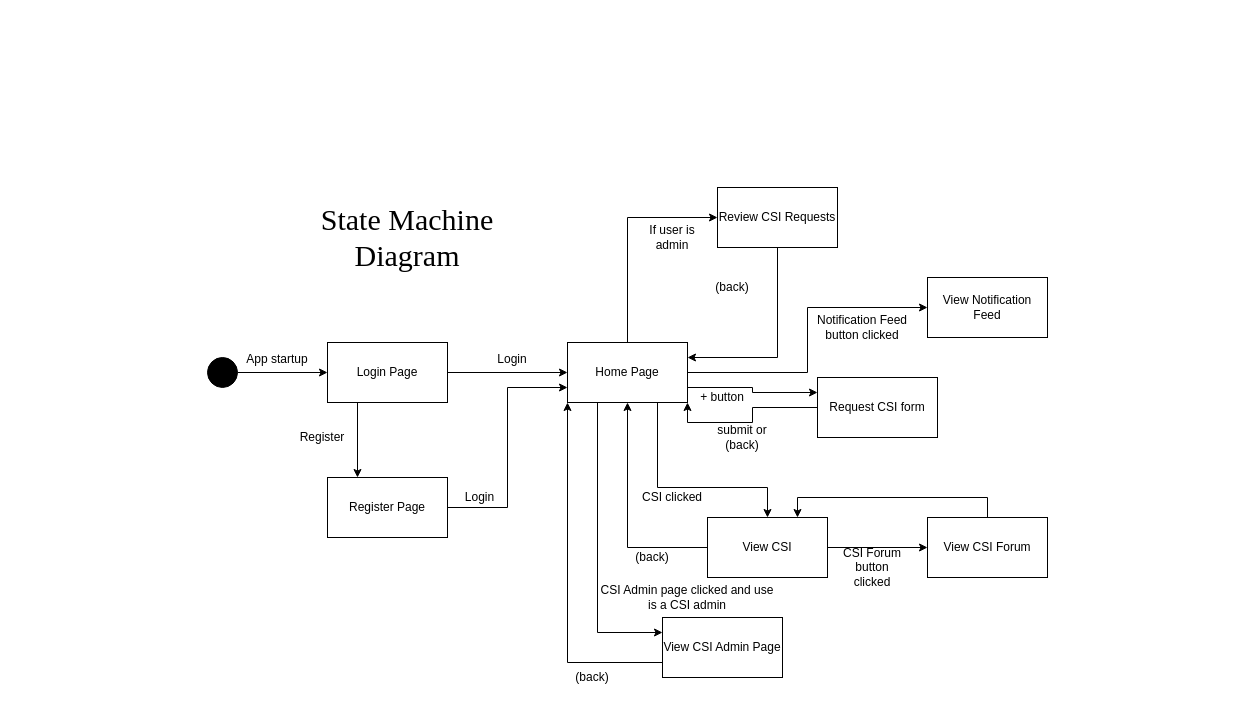
Makizoro/Overclock keeps this draw.io diagram as Diagrams/State_diagram.drawio. Above is the earlier version. Source tidied: cells renumbered, new cells numbered last; positions are measured from the earlier drawing's top-left corner, leaving out a move shared by most shapes. Both pictures are drawn from the tidied source at 100%, with x=0, y=0 at pixel (207, 187).
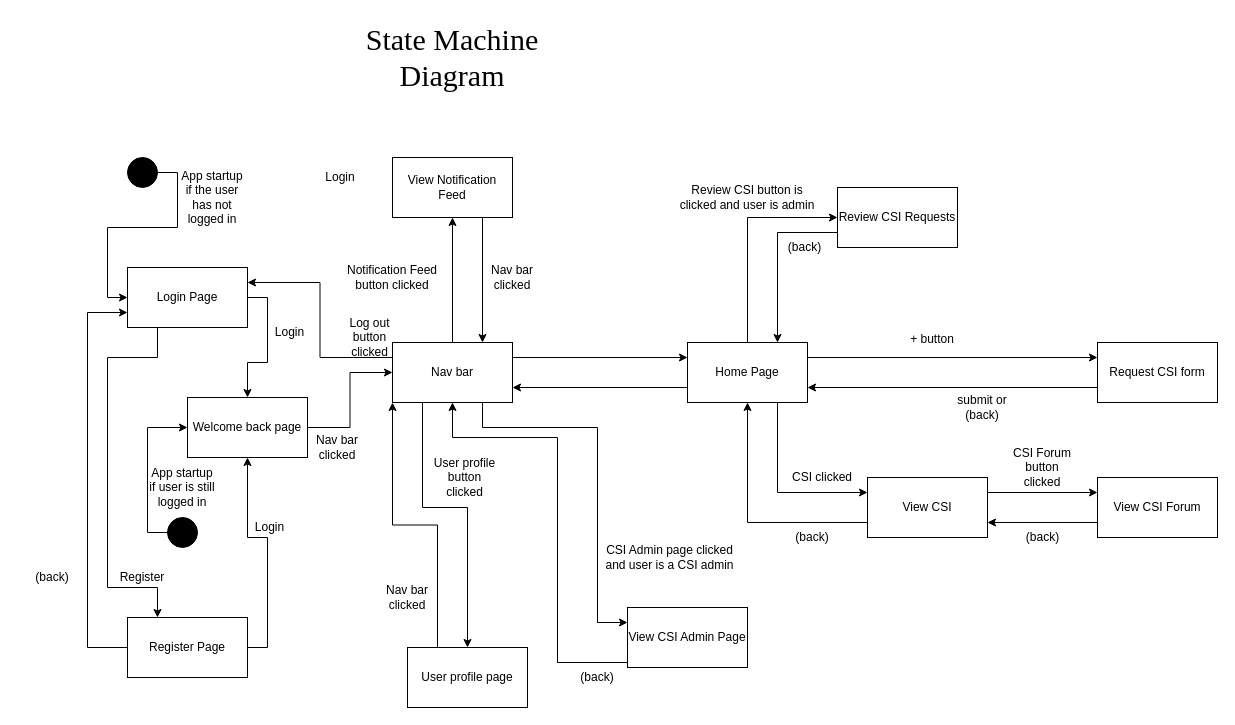
The same diagram, later.

Diff of the diagram source:
```diff
@@
     <mxCell id="3" style="ellipse;whiteSpace=wrap;html=1;fillColor=#000000;" parent="1" vertex="1">
-      <mxGeometry y="170" width="30" height="30" as="geometry" />
+      <mxGeometry x="-80" y="-30" width="30" height="30" as="geometry" />
     </mxCell>
-    <mxCell id="4" style="edgeStyle=orthogonalEdgeStyle;rounded=0;jettySize=auto;html=1;exitX=1;exitY=0.5;exitDx=0;exitDy=0;entryX=0;entryY=0.5;entryDx=0;entryDy=0;" parent="1" edge="1" source="6" target="13">
+    <mxCell id="4" style="edgeStyle=orthogonalEdgeStyle;rounded=0;jettySize=auto;html=1;exitX=1;exitY=0.5;exitDx=0;exitDy=0;" parent="1" edge="1" source="6" target="57">
       <mxGeometry relative="1" as="geometry" />
     </mxCell>
     <mxCell id="5" style="edgeStyle=orthogonalEdgeStyle;rounded=0;jumpSize=6;jettySize=auto;html=1;exitX=0.25;exitY=1;exitDx=0;exitDy=0;entryX=0.25;entryY=0;entryDx=0;entryDy=0;endArrow=classic;endFill=1;endSize=6;" parent="1" edge="1" source="6" target="30">
-      <mxGeometry relative="1" as="geometry" />
+      <mxGeometry relative="1" as="geometry">
+        <Array as="points">
+          <mxPoint x="-50" y="170" />
+          <mxPoint x="-100" y="170" />
+          <mxPoint x="-100" y="400" />
+          <mxPoint x="-50" y="400" />
+        </Array>
+      </mxGeometry>
     </mxCell>
     <mxCell id="6" value="Login Page" style="rounded=0;whiteSpace=wrap;html=1;fillColor=#FFFFFF;" parent="1" vertex="1">
-      <mxGeometry x="120" y="155" width="120" height="60" as="geometry" />
+      <mxGeometry x="-80" y="80" width="120" height="60" as="geometry" />
     </mxCell>
-    <mxCell id="7" value="App startup" style="text;html=1;strokeColor=none;fillColor=none;align=center;verticalAlign=middle;whiteSpace=wrap;rounded=0;" parent="1" vertex="1">
-      <mxGeometry x="35" y="162" width="70" height="20" as="geometry" />
+    <mxCell id="7" value="App startup if the user has not logged in" style="text;html=1;strokeColor=none;fillColor=none;align=center;verticalAlign=middle;whiteSpace=wrap;rounded=0;" parent="1" vertex="1">
+      <mxGeometry x="-30" width="70" height="20" as="geometry" />
     </mxCell>
@@
-    <mxCell id="9" style="edgeStyle=orthogonalEdgeStyle;rounded=0;jettySize=auto;html=1;exitX=0.75;exitY=1;exitDx=0;exitDy=0;entryX=0.5;entryY=0;entryDx=0;entryDy=0;endArrow=classic;endFill=1;" parent="1" edge="1" source="13" target="25">
+    <mxCell id="9" style="edgeStyle=orthogonalEdgeStyle;rounded=0;jettySize=auto;html=1;entryX=0;entryY=0.25;entryDx=0;entryDy=0;endArrow=classic;endFill=1;" parent="1" edge="1" target="25">
       <mxGeometry relative="1" as="geometry">
+        <mxPoint x="570" y="215" as="sourcePoint" />
         <Array as="points">
-          <mxPoint x="450" y="300" />
-          <mxPoint x="560" y="300" />
+          <mxPoint x="570" y="305" />
         </Array>
       </mxGeometry>
     </mxCell>
-    <mxCell id="10" style="edgeStyle=orthogonalEdgeStyle;rounded=0;jettySize=auto;html=1;exitX=1;exitY=0.75;exitDx=0;exitDy=0;entryX=0;entryY=0.25;entryDx=0;entryDy=0;endArrow=classic;endFill=1;" parent="1" edge="1" source="13" target="20">
-      <mxGeometry relative="1" as="geometry" />
-    </mxCell>
-    <mxCell id="11" style="edgeStyle=orthogonalEdgeStyle;rounded=0;jumpSize=6;jettySize=auto;html=1;exitX=0.25;exitY=1;exitDx=0;exitDy=0;entryX=0;entryY=0.25;entryDx=0;entryDy=0;endArrow=classic;endFill=1;endSize=6;" parent="1" edge="1" source="13" target="34">
-      <mxGeometry relative="1" as="geometry" />
+    <mxCell id="11" style="edgeStyle=orthogonalEdgeStyle;rounded=0;jumpSize=6;jettySize=auto;html=1;exitX=0.75;exitY=1;exitDx=0;exitDy=0;entryX=0;entryY=0.25;entryDx=0;entryDy=0;endArrow=classic;endFill=1;endSize=6;" parent="1" edge="1" source="48" target="34">
+      <mxGeometry relative="1" as="geometry">
+        <Array as="points">
+          <mxPoint x="275" y="240" />
+          <mxPoint x="390" y="240" />
+          <mxPoint x="390" y="435" />
+        </Array>
+      </mxGeometry>
     </mxCell>
-    <mxCell id="12" style="edgeStyle=orthogonalEdgeStyle;rounded=0;jettySize=auto;html=1;exitX=1;exitY=0.5;exitDx=0;exitDy=0;entryX=0;entryY=0.5;entryDx=0;entryDy=0;" parent="1" edge="1" source="13" target="40">
+    <mxCell id="12" style="edgeStyle=orthogonalEdgeStyle;rounded=0;jettySize=auto;html=1;exitX=0.5;exitY=0;exitDx=0;exitDy=0;entryX=0.5;entryY=1;entryDx=0;entryDy=0;" parent="1" edge="1" source="48" target="40">
       <mxGeometry relative="1" as="geometry" />
     </mxCell>
+    <mxCell id="42" style="edgeStyle=orthogonalEdgeStyle;rounded=0;jettySize=auto;html=1;exitX=0;exitY=0.75;exitDx=0;exitDy=0;entryX=1;entryY=0.75;entryDx=0;entryDy=0;" parent="1" edge="1" source="13" target="48">
+      <mxGeometry relative="1" as="geometry" />
+    </mxCell>
+    <mxCell id="10" style="edgeStyle=orthogonalEdgeStyle;rounded=0;jettySize=auto;html=1;exitX=1;exitY=0.25;exitDx=0;exitDy=0;entryX=0;entryY=0.25;entryDx=0;entryDy=0;" parent="1" edge="1" source="13" target="20">
+      <mxGeometry relative="1" as="geometry" />
+    </mxCell>
     <mxCell id="13" value="Home Page" style="rounded=0;whiteSpace=wrap;html=1;fillColor=#FFFFFF;" parent="1" vertex="1">
-      <mxGeometry x="360" y="155" width="120" height="60" as="geometry" />
+      <mxGeometry x="480" y="155" width="120" height="60" as="geometry" />
     </mxCell>
     <mxCell id="14" value="Login" style="text;html=1;strokeColor=none;fillColor=none;align=center;verticalAlign=middle;whiteSpace=wrap;rounded=0;" parent="1" vertex="1">
-      <mxGeometry x="270" y="162" width="70" height="20" as="geometry" />
+      <mxGeometry x="97.5" y="-20" width="70" height="20" as="geometry" />
     </mxCell>
-    <mxCell id="15" style="edgeStyle=orthogonalEdgeStyle;rounded=0;jettySize=auto;html=1;exitX=0.5;exitY=1;exitDx=0;exitDy=0;entryX=1;entryY=0.25;entryDx=0;entryDy=0;endArrow=classic;endFill=1;" parent="1" edge="1" source="16" target="13">
+    <mxCell id="15" style="edgeStyle=orthogonalEdgeStyle;rounded=0;jettySize=auto;html=1;exitX=0;exitY=0.75;exitDx=0;exitDy=0;entryX=0.75;entryY=0;entryDx=0;entryDy=0;" parent="1" edge="1" source="16" target="13">
       <mxGeometry relative="1" as="geometry" />
     </mxCell>
     <mxCell id="16" value="Review CSI Requests" style="rounded=0;whiteSpace=wrap;html=1;fillColor=#FFFFFF;" parent="1" vertex="1">
-      <mxGeometry x="510" width="120" height="60" as="geometry" />
+      <mxGeometry x="630" width="120" height="60" as="geometry" />
     </mxCell>
-    <mxCell id="17" value="If user is admin" style="text;html=1;strokeColor=none;fillColor=none;align=center;verticalAlign=middle;whiteSpace=wrap;rounded=0;" parent="1" vertex="1">
-      <mxGeometry x="430" y="40" width="70" height="20" as="geometry" />
+    <mxCell id="17" value="Review CSI button is clicked and user is admin" style="text;html=1;strokeColor=none;fillColor=none;align=center;verticalAlign=middle;whiteSpace=wrap;rounded=0;" parent="1" vertex="1">
+      <mxGeometry x="465" width="150" height="20" as="geometry" />
     </mxCell>
     <mxCell id="18" value="(back)" style="text;html=1;strokeColor=none;fillColor=none;align=center;verticalAlign=middle;whiteSpace=wrap;rounded=0;" parent="1" vertex="1">
-      <mxGeometry x="475" y="90" width="100" height="20" as="geometry" />
+      <mxGeometry x="575" y="50" width="45" height="20" as="geometry" />
     </mxCell>
-    <mxCell id="19" style="edgeStyle=orthogonalEdgeStyle;rounded=0;jettySize=auto;html=1;exitX=0;exitY=0.5;exitDx=0;exitDy=0;entryX=1;entryY=1;entryDx=0;entryDy=0;endArrow=classic;endFill=1;" parent="1" edge="1" source="20" target="13">
+    <mxCell id="19" style="edgeStyle=orthogonalEdgeStyle;rounded=0;jettySize=auto;html=1;entryX=1;entryY=0.75;entryDx=0;entryDy=0;endArrow=classic;endFill=1;exitX=0;exitY=0.75;exitDx=0;exitDy=0;" parent="1" edge="1" source="20" target="13">
       <mxGeometry relative="1" as="geometry" />
     </mxCell>
     <mxCell id="20" value="Request CSI form" style="rounded=0;whiteSpace=wrap;html=1;fillColor=#FFFFFF;" parent="1" vertex="1">
-      <mxGeometry x="610" y="190" width="120" height="60" as="geometry" />
+      <mxGeometry x="890" y="155" width="120" height="60" as="geometry" />
     </mxCell>
     <mxCell id="21" value="+ button" style="text;html=1;strokeColor=none;fillColor=none;align=center;verticalAlign=middle;whiteSpace=wrap;rounded=0;" parent="1" vertex="1">
-      <mxGeometry x="490" y="200" width="50" height="20" as="geometry" />
+      <mxGeometry x="700" y="142" width="50" height="20" as="geometry" />
     </mxCell>
     <mxCell id="22" value="submit or (back)" style="text;html=1;strokeColor=none;fillColor=none;align=center;verticalAlign=middle;whiteSpace=wrap;rounded=0;" parent="1" vertex="1">
-      <mxGeometry x="500" y="240" width="70" height="20" as="geometry" />
+      <mxGeometry x="740" y="210" width="70" height="20" as="geometry" />
     </mxCell>
-    <mxCell id="23" style="edgeStyle=orthogonalEdgeStyle;rounded=0;jettySize=auto;html=1;exitX=0;exitY=0.5;exitDx=0;exitDy=0;entryX=0.5;entryY=1;entryDx=0;entryDy=0;endArrow=classic;endFill=1;" parent="1" edge="1" source="25" target="13">
+    <mxCell id="23" style="edgeStyle=orthogonalEdgeStyle;rounded=0;jettySize=auto;html=1;exitX=0;exitY=0.75;exitDx=0;exitDy=0;entryX=0.5;entryY=1;entryDx=0;entryDy=0;endArrow=classic;endFill=1;" parent="1" edge="1" source="25" target="13">
       <mxGeometry relative="1" as="geometry" />
     </mxCell>
-    <mxCell id="24" style="edgeStyle=orthogonalEdgeStyle;rounded=0;jettySize=auto;html=1;exitX=1;exitY=0.5;exitDx=0;exitDy=0;entryX=0;entryY=0.5;entryDx=0;entryDy=0;" parent="1" edge="1" source="25" target="38">
+    <mxCell id="24" style="edgeStyle=orthogonalEdgeStyle;rounded=0;jettySize=auto;html=1;exitX=1;exitY=0.25;exitDx=0;exitDy=0;entryX=0;entryY=0.25;entryDx=0;entryDy=0;" parent="1" edge="1" source="25" target="38">
       <mxGeometry relative="1" as="geometry" />
     </mxCell>
     <mxCell id="25" value="View CSI" style="rounded=0;whiteSpace=wrap;html=1;fillColor=#FFFFFF;" parent="1" vertex="1">
-      <mxGeometry x="500" y="330" width="120" height="60" as="geometry" />
+      <mxGeometry x="660" y="290" width="120" height="60" as="geometry" />
     </mxCell>
     <mxCell id="26" value="CSI clicked" style="text;html=1;strokeColor=none;fillColor=none;align=center;verticalAlign=middle;whiteSpace=wrap;rounded=0;" parent="1" vertex="1">
-      <mxGeometry x="430" y="300" width="70" height="20" as="geometry" />
+      <mxGeometry x="580" y="280" width="70" height="20" as="geometry" />
     </mxCell>
     <mxCell id="27" value="(back)" style="text;html=1;strokeColor=none;fillColor=none;align=center;verticalAlign=middle;whiteSpace=wrap;rounded=0;" parent="1" vertex="1">
-      <mxGeometry x="410" y="360" width="70" height="20" as="geometry" />
+      <mxGeometry x="570" y="340" width="70" height="20" as="geometry" />
     </mxCell>
     <mxCell id="28" value="State Machine Diagram" style="text;html=1;strokeColor=none;fillColor=none;align=center;verticalAlign=middle;whiteSpace=wrap;rounded=0;fontFamily=Times New Roman;fontSize=30;" parent="1" vertex="1">
-      <mxGeometry x="80" y="10" width="240" height="80" as="geometry" />
+      <mxGeometry x="125" y="-170" width="240" height="80" as="geometry" />
     </mxCell>
-    <mxCell id="29" style="edgeStyle=orthogonalEdgeStyle;rounded=0;jumpSize=6;jettySize=auto;html=1;exitX=1;exitY=0.5;exitDx=0;exitDy=0;entryX=0;entryY=0.75;entryDx=0;entryDy=0;endArrow=classic;endFill=1;endSize=6;" parent="1" edge="1" source="30" target="13">
+    <mxCell id="29" style="edgeStyle=orthogonalEdgeStyle;rounded=0;jumpSize=6;jettySize=auto;html=1;exitX=1;exitY=0.5;exitDx=0;exitDy=0;entryX=0.5;entryY=1;entryDx=0;entryDy=0;endArrow=classic;endFill=1;endSize=6;" parent="1" edge="1" source="30" target="57">
       <mxGeometry relative="1" as="geometry" />
     </mxCell>
+    <mxCell id="43" style="edgeStyle=orthogonalEdgeStyle;rounded=0;jettySize=auto;html=1;exitX=0;exitY=0.5;exitDx=0;exitDy=0;entryX=0;entryY=0.75;entryDx=0;entryDy=0;" parent="1" edge="1" source="30" target="6">
+      <mxGeometry relative="1" as="geometry">
+        <Array as="points">
+          <mxPoint x="-120" y="460" />
+          <mxPoint x="-120" y="125" />
+        </Array>
+      </mxGeometry>
+    </mxCell>
     <mxCell id="30" value="Register Page" style="rounded=0;whiteSpace=wrap;html=1;fillColor=#FFFFFF;" parent="1" vertex="1">
-      <mxGeometry x="120" y="290" width="120" height="60" as="geometry" />
+      <mxGeometry x="-80" y="430" width="120" height="60" as="geometry" />
     </mxCell>
     <mxCell id="31" value="Register" style="text;html=1;strokeColor=none;fillColor=none;align=center;verticalAlign=middle;whiteSpace=wrap;rounded=0;" parent="1" vertex="1">
-      <mxGeometry x="80" y="240" width="70" height="20" as="geometry" />
+      <mxGeometry x="-100" y="380" width="70" height="20" as="geometry" />
     </mxCell>
     <mxCell id="32" value="Login" style="text;html=1;strokeColor=none;fillColor=none;align=center;verticalAlign=middle;whiteSpace=wrap;rounded=0;" parent="1" vertex="1">
-      <mxGeometry x="250" y="300" width="45" height="20" as="geometry" />
+      <mxGeometry x="40" y="330" width="45" height="20" as="geometry" />
     </mxCell>
-    <mxCell id="33" style="edgeStyle=orthogonalEdgeStyle;rounded=0;jumpSize=6;jettySize=auto;html=1;exitX=0;exitY=0.75;exitDx=0;exitDy=0;entryX=0;entryY=1;entryDx=0;entryDy=0;endArrow=classic;endFill=1;endSize=6;" parent="1" edge="1" source="34" target="13">
-      <mxGeometry relative="1" as="geometry" />
+    <mxCell id="33" style="edgeStyle=orthogonalEdgeStyle;rounded=0;jumpSize=6;jettySize=auto;html=1;exitX=0;exitY=0.75;exitDx=0;exitDy=0;entryX=0.5;entryY=1;entryDx=0;entryDy=0;endArrow=classic;endFill=1;endSize=6;" parent="1" edge="1" source="34" target="48">
+      <mxGeometry relative="1" as="geometry">
+        <Array as="points">
+          <mxPoint x="350" y="475" />
+          <mxPoint x="350" y="250" />
+          <mxPoint x="245" y="250" />
+        </Array>
+      </mxGeometry>
     </mxCell>
     <mxCell id="34" value="View CSI Admin Page" style="rounded=0;whiteSpace=wrap;html=1;fillColor=#FFFFFF;" parent="1" vertex="1">
-      <mxGeometry x="455" y="430" width="120" height="60" as="geometry" />
+      <mxGeometry x="420" y="420" width="120" height="60" as="geometry" />
     </mxCell>
-    <mxCell id="35" value="CSI Admin page clicked and use is a CSI admin" style="text;html=1;strokeColor=none;fillColor=none;align=center;verticalAlign=middle;whiteSpace=wrap;rounded=0;" parent="1" vertex="1">
-      <mxGeometry x="390" y="400" width="180" height="20" as="geometry" />
+    <mxCell id="35" value="CSI Admin page clicked and user is a CSI admin" style="text;html=1;strokeColor=none;fillColor=none;align=center;verticalAlign=middle;whiteSpace=wrap;rounded=0;" parent="1" vertex="1">
+      <mxGeometry x="395" y="360" width="135" height="20" as="geometry" />
     </mxCell>
     <mxCell id="36" value="(back)" style="text;html=1;strokeColor=none;fillColor=none;align=center;verticalAlign=middle;whiteSpace=wrap;rounded=0;" parent="1" vertex="1">
-      <mxGeometry x="360" y="480" width="50" height="20" as="geometry" />
+      <mxGeometry x="365" y="480" width="50" height="20" as="geometry" />
     </mxCell>
-    <mxCell id="37" style="edgeStyle=orthogonalEdgeStyle;rounded=0;jettySize=auto;html=1;exitX=0.5;exitY=0;exitDx=0;exitDy=0;entryX=0.75;entryY=0;entryDx=0;entryDy=0;" parent="1" edge="1" source="38" target="25">
+    <mxCell id="37" style="edgeStyle=orthogonalEdgeStyle;rounded=0;jettySize=auto;html=1;exitX=0;exitY=0.75;exitDx=0;exitDy=0;entryX=1;entryY=0.75;entryDx=0;entryDy=0;" parent="1" edge="1" source="38" target="25">
       <mxGeometry relative="1" as="geometry" />
     </mxCell>
     <mxCell id="38" value="View CSI Forum" style="rounded=0;whiteSpace=wrap;html=1;" parent="1" vertex="1">
-      <mxGeometry x="720" y="330" width="120" height="60" as="geometry" />
+      <mxGeometry x="890" y="290" width="120" height="60" as="geometry" />
     </mxCell>
     <mxCell id="39" value="CSI Forum button clicked" style="text;html=1;strokeColor=none;fillColor=none;align=center;verticalAlign=middle;whiteSpace=wrap;rounded=0;" parent="1" vertex="1">
-      <mxGeometry x="630" y="370" width="70" height="20" as="geometry" />
+      <mxGeometry x="800" y="270" width="70" height="20" as="geometry" />
     </mxCell>
+    <mxCell id="44" style="edgeStyle=orthogonalEdgeStyle;rounded=0;jettySize=auto;html=1;exitX=0.75;exitY=1;exitDx=0;exitDy=0;entryX=0.75;entryY=0;entryDx=0;entryDy=0;" parent="1" edge="1" source="40" target="48">
+      <mxGeometry relative="1" as="geometry" />
+    </mxCell>
     <mxCell id="40" value="View Notification Feed" style="rounded=0;whiteSpace=wrap;html=1;" parent="1" vertex="1">
-      <mxGeometry x="720" y="90" width="120" height="60" as="geometry" />
+      <mxGeometry x="185" y="-30" width="120" height="60" as="geometry" />
     </mxCell>
     <mxCell id="41" value="Notification Feed button clicked" style="text;html=1;strokeColor=none;fillColor=none;align=center;verticalAlign=middle;whiteSpace=wrap;rounded=0;" parent="1" vertex="1">
-      <mxGeometry x="600" y="130" width="110" height="20" as="geometry" />
+      <mxGeometry x="130" y="80" width="110" height="20" as="geometry" />
     </mxCell>
+    <mxCell id="45" style="edgeStyle=orthogonalEdgeStyle;rounded=0;jettySize=auto;html=1;exitX=1;exitY=0.25;exitDx=0;exitDy=0;entryX=0;entryY=0.25;entryDx=0;entryDy=0;" parent="1" edge="1" source="48" target="13">
+      <mxGeometry relative="1" as="geometry" />
+    </mxCell>
+    <mxCell id="46" style="edgeStyle=orthogonalEdgeStyle;rounded=0;jettySize=auto;html=1;exitX=0.25;exitY=1;exitDx=0;exitDy=0;entryX=0.5;entryY=0;entryDx=0;entryDy=0;" parent="1" edge="1" source="48" target="52">
+      <mxGeometry relative="1" as="geometry">
+        <Array as="points">
+          <mxPoint x="215" y="320" />
+          <mxPoint x="260" y="320" />
+        </Array>
+      </mxGeometry>
+    </mxCell>
+    <mxCell id="47" style="edgeStyle=orthogonalEdgeStyle;rounded=0;jettySize=auto;html=1;exitX=0;exitY=0.25;exitDx=0;exitDy=0;entryX=1;entryY=0.25;entryDx=0;entryDy=0;" parent="1" edge="1" source="48" target="6">
+      <mxGeometry relative="1" as="geometry" />
+    </mxCell>
+    <mxCell id="48" value="Nav bar" style="rounded=0;whiteSpace=wrap;html=1;" parent="1" vertex="1">
+      <mxGeometry x="185" y="155" width="120" height="60" as="geometry" />
+    </mxCell>
+    <mxCell id="49" value="Nav bar clicked" style="text;html=1;strokeColor=none;fillColor=none;align=center;verticalAlign=middle;whiteSpace=wrap;rounded=0;" parent="1" vertex="1">
+      <mxGeometry x="275" y="80" width="60" height="20" as="geometry" />
+    </mxCell>
+    <mxCell id="50" value="(back)" style="text;html=1;strokeColor=none;fillColor=none;align=center;verticalAlign=middle;whiteSpace=wrap;rounded=0;" parent="1" vertex="1">
+      <mxGeometry x="812.5" y="340" width="45" height="20" as="geometry" />
+    </mxCell>
+    <mxCell id="51" style="edgeStyle=orthogonalEdgeStyle;rounded=0;jettySize=auto;html=1;exitX=0.25;exitY=0;exitDx=0;exitDy=0;entryX=0;entryY=1;entryDx=0;entryDy=0;" parent="1" edge="1" source="52" target="48">
+      <mxGeometry relative="1" as="geometry" />
+    </mxCell>
+    <mxCell id="52" value="User profile page" style="rounded=0;whiteSpace=wrap;html=1;fillColor=#FFFFFF;" parent="1" vertex="1">
+      <mxGeometry x="200" y="460" width="120" height="60" as="geometry" />
+    </mxCell>
+    <mxCell id="53" value="User profile button clicked" style="text;html=1;strokeColor=none;fillColor=none;align=center;verticalAlign=middle;whiteSpace=wrap;rounded=0;" parent="1" vertex="1">
+      <mxGeometry x="220" y="280" width="75" height="20" as="geometry" />
+    </mxCell>
+    <mxCell id="54" value="Nav bar clicked" style="text;html=1;strokeColor=none;fillColor=none;align=center;verticalAlign=middle;whiteSpace=wrap;rounded=0;" parent="1" vertex="1">
+      <mxGeometry x="170" y="400" width="60" height="20" as="geometry" />
+    </mxCell>
+    <mxCell id="55" value="(back)" style="text;html=1;strokeColor=none;fillColor=none;align=center;verticalAlign=middle;whiteSpace=wrap;rounded=0;" parent="1" vertex="1">
+      <mxGeometry x="-190" y="380" width="70" height="20" as="geometry" />
+    </mxCell>
+    <mxCell id="56" style="edgeStyle=orthogonalEdgeStyle;rounded=0;jettySize=auto;html=1;exitX=1;exitY=0.5;exitDx=0;exitDy=0;entryX=0;entryY=0.5;entryDx=0;entryDy=0;" parent="1" edge="1" source="57" target="48">
+      <mxGeometry relative="1" as="geometry" />
+    </mxCell>
+    <mxCell id="57" value="Welcome back page" style="rounded=0;whiteSpace=wrap;html=1;" parent="1" vertex="1">
+      <mxGeometry x="-20" y="210" width="120" height="60" as="geometry" />
+    </mxCell>
+    <mxCell id="58" value="Login" style="text;html=1;strokeColor=none;fillColor=none;align=center;verticalAlign=middle;whiteSpace=wrap;rounded=0;" parent="1" vertex="1">
+      <mxGeometry x="60" y="135" width="45" height="20" as="geometry" />
+    </mxCell>
+    <mxCell id="59" value="Nav bar clicked" style="text;html=1;strokeColor=none;fillColor=none;align=center;verticalAlign=middle;whiteSpace=wrap;rounded=0;" parent="1" vertex="1">
+      <mxGeometry x="100" y="250" width="60" height="20" as="geometry" />
+    </mxCell>
+    <mxCell id="60" value="Log out button clicked" style="text;html=1;strokeColor=none;fillColor=none;align=center;verticalAlign=middle;whiteSpace=wrap;rounded=0;" parent="1" vertex="1">
+      <mxGeometry x="140" y="140" width="45" height="20" as="geometry" />
+    </mxCell>
+    <mxCell id="61" style="edgeStyle=orthogonalEdgeStyle;rounded=0;jettySize=auto;html=1;exitX=0;exitY=0.5;exitDx=0;exitDy=0;entryX=0;entryY=0.5;entryDx=0;entryDy=0;" parent="1" edge="1" source="62" target="57">
+      <mxGeometry relative="1" as="geometry" />
+    </mxCell>
+    <mxCell id="62" style="ellipse;whiteSpace=wrap;html=1;fillColor=#000000;" parent="1" vertex="1">
+      <mxGeometry x="-40" y="330" width="30" height="30" as="geometry" />
+    </mxCell>
+    <mxCell id="63" value="App startup if user is still logged in" style="text;html=1;strokeColor=none;fillColor=none;align=center;verticalAlign=middle;whiteSpace=wrap;rounded=0;" parent="1" vertex="1">
+      <mxGeometry x="-60" y="290" width="70" height="20" as="geometry" />
+    </mxCell>
```
